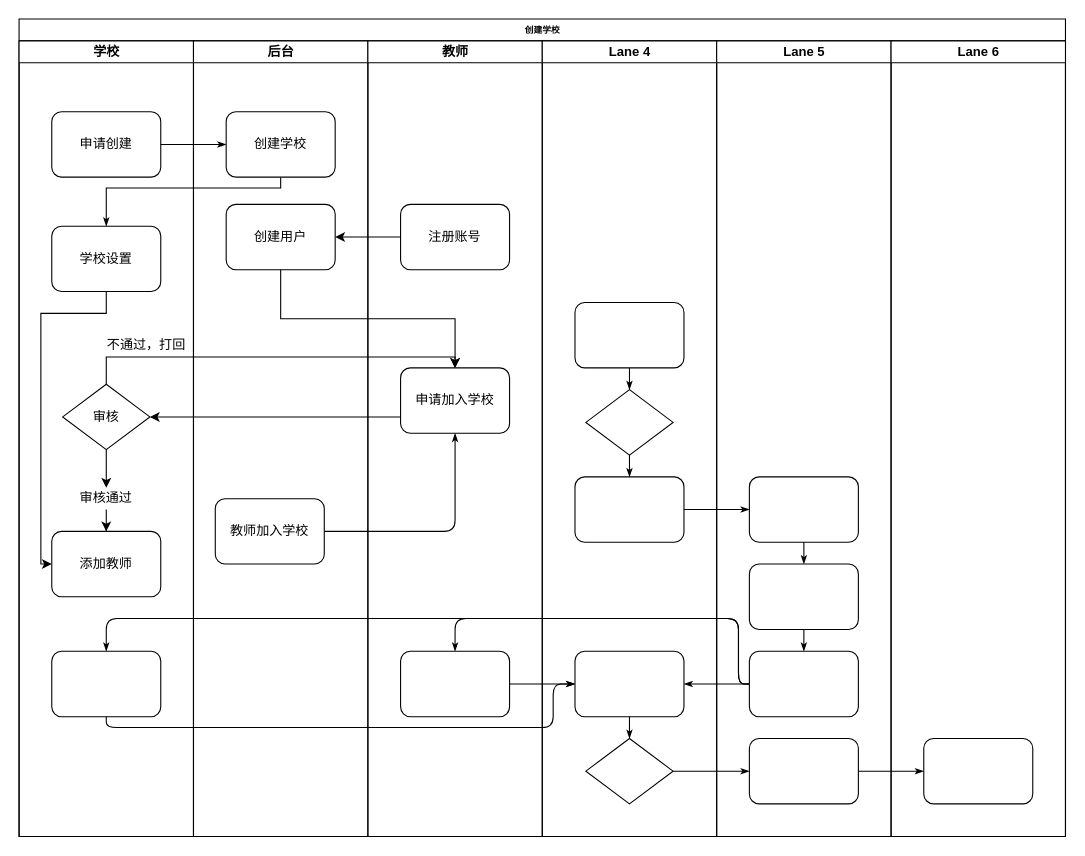
Earlier version of the draw.io diagram 创建学校.drawio (ILLyf/learngit-repo). Source tidied: cells renumbered, new cells numbered last; positions are measured from the earlier drawing's top-left corner, leaving out a move shared by most shapes. Both pictures are drawn from the tidied source at 109%, with x=0, y=0 at pixel (19, 19).
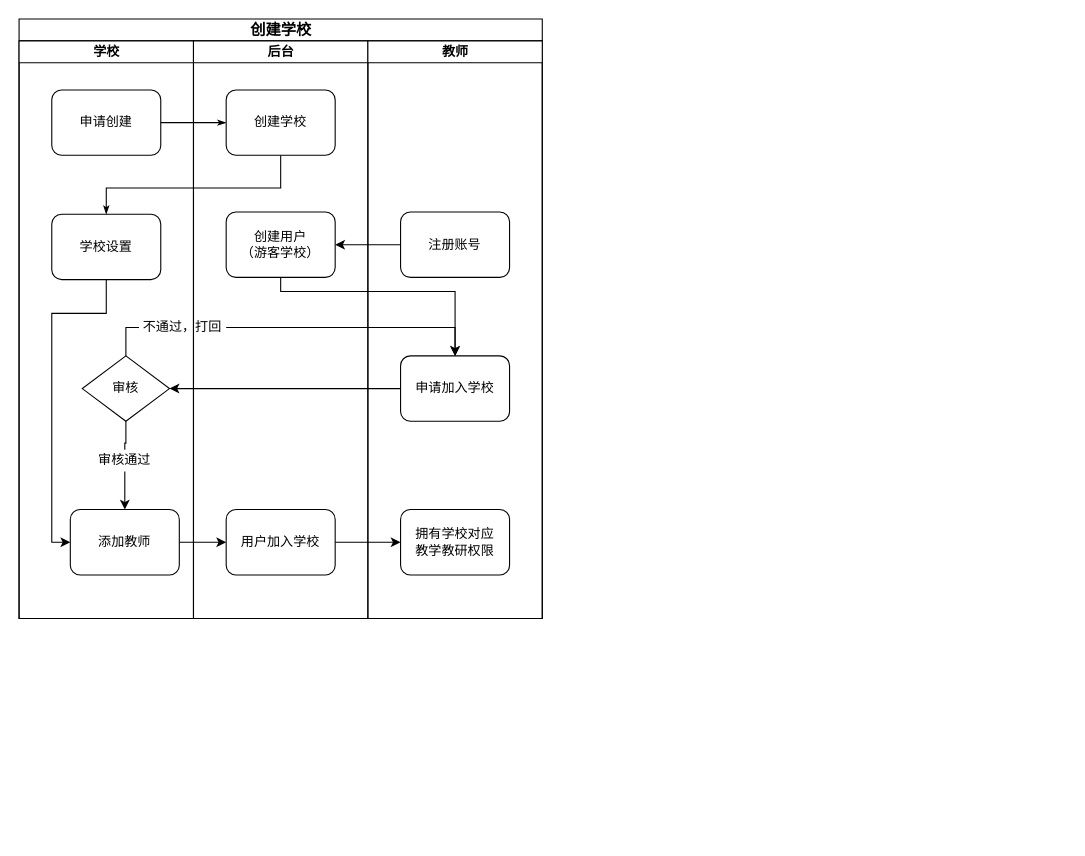
Above is the later version.

Commit message:
更新创建学校.drawio

Diff of the diagram source:
```diff
@@
-    <mxCell id="2" value="创建学校" style="swimlane;html=1;startSize=20;rounded=0;shadow=0;labelBackgroundColor=none;strokeWidth=1;fontFamily=Verdana;fontSize=8;align=center;" parent="1" vertex="1">
-      <mxGeometry width="960" height="750" as="geometry" />
+    <mxCell id="2" value="&lt;font style=&quot;font-size: 14px;&quot;&gt;创建学校&lt;/font&gt;" style="swimlane;html=1;startSize=20;rounded=0;shadow=0;labelBackgroundColor=none;strokeWidth=1;fontFamily=Verdana;fontSize=8;align=center;" parent="1" vertex="1">
+      <mxGeometry width="480" height="550" as="geometry" />
     </mxCell>
     <mxCell id="3" value="学校" style="swimlane;html=1;startSize=20;" parent="2" vertex="1">
-      <mxGeometry y="20" width="160" height="730" as="geometry" />
+      <mxGeometry y="20" width="160" height="530" as="geometry" />
     </mxCell>
     <mxCell id="4" value="申请创建" style="rounded=1;whiteSpace=wrap;html=1;shadow=0;labelBackgroundColor=none;strokeWidth=1;fontFamily=Times New Roman;fontSize=12;align=center;" parent="3" vertex="1">
-      <mxGeometry x="30" y="65" width="100" height="60" as="geometry" />
+      <mxGeometry x="30" y="45" width="100" height="60" as="geometry" />
     </mxCell>
     <mxCell id="5" style="edgeStyle=orthogonalEdgeStyle;rounded=0;jettySize=auto;html=1;entryX=0;entryY=0.5;entryDx=0;entryDy=0;" parent="3" edge="1" source="6" target="11">
       <mxGeometry relative="1" as="geometry">
         <Array as="points">
           <mxPoint x="80" y="250" />
-          <mxPoint x="20" y="250" />
-          <mxPoint x="20" y="480" />
+          <mxPoint x="30" y="250" />
+          <mxPoint x="30" y="460" />
         </Array>
       </mxGeometry>
     </mxCell>
     <mxCell id="6" value="学校设置" style="rounded=1;whiteSpace=wrap;html=1;shadow=0;labelBackgroundColor=none;strokeWidth=1;fontFamily=Times New Roman;fontSize=12;align=center;" parent="3" vertex="1">
-      <mxGeometry x="30" y="170" width="100" height="60" as="geometry" />
+      <mxGeometry x="30" y="159" width="100" height="60" as="geometry" />
     </mxCell>
-    <mxCell id="7" style="rounded=1;whiteSpace=wrap;html=1;shadow=0;labelBackgroundColor=none;strokeWidth=1;fontFamily=Times New Roman;fontSize=12;align=center;" parent="3" vertex="1">
-      <mxGeometry x="30" y="560" width="100" height="60" as="geometry" />
-    </mxCell>
@@
+    <mxCell id="13" style="edgeStyle=orthogonalEdgeStyle;rounded=0;jettySize=auto;html=1;entryX=0.5;entryY=0;entryDx=0;entryDy=0;endArrow=none;endFill=0;" parent="3" edge="1" source="9" target="12">
+      <mxGeometry relative="1" as="geometry" />
+    </mxCell>
     <mxCell id="9" value="审核" style="rhombus;whiteSpace=wrap;html=1;rounded=0;shadow=0;labelBackgroundColor=none;strokeWidth=1;fontFamily=Times New Roman;fontSize=12;align=center;" parent="3" vertex="1">
-      <mxGeometry x="40" y="315" width="80" height="60" as="geometry" />
+      <mxGeometry x="58" y="289" width="80" height="60" as="geometry" />
     </mxCell>
-    <mxCell id="10" value="不通过，打回" style="text;html=1;strokeColor=none;fillColor=none;align=center;verticalAlign=middle;whiteSpace=wrap;overflow=hidden;" parent="3" vertex="1">
-      <mxGeometry x="77" y="269" width="80" height="20" as="geometry" />
-    </mxCell>
     <mxCell id="11" value="添加教师" style="rounded=1;whiteSpace=wrap;html=1;shadow=0;labelBackgroundColor=none;strokeWidth=1;fontFamily=Times New Roman;fontSize=12;align=center;" parent="3" vertex="1">
-      <mxGeometry x="30" y="450" width="100" height="60" as="geometry" />
+      <mxGeometry x="47" y="430" width="100" height="60" as="geometry" />
     </mxCell>
     <mxCell id="12" value="审核通过" style="text;html=1;strokeColor=none;fillColor=none;align=center;verticalAlign=middle;whiteSpace=wrap;overflow=hidden;" parent="3" vertex="1">
-      <mxGeometry x="40" y="410" width="80" height="20" as="geometry" />
+      <mxGeometry x="57" y="375" width="80" height="20" as="geometry" />
     </mxCell>
-    <mxCell id="13" style="edgeStyle=orthogonalEdgeStyle;rounded=0;jettySize=auto;html=1;entryX=0.5;entryY=0;entryDx=0;entryDy=0;" parent="3" edge="1" source="9" target="12">
-      <mxGeometry relative="1" as="geometry" />
-    </mxCell>
@@
-    <mxCell id="16" style="edgeStyle=orthogonalEdgeStyle;rounded=1;html=1;labelBackgroundColor=none;startArrow=none;startFill=0;startSize=5;endArrow=classicThin;endFill=1;endSize=5;jettySize=auto;strokeWidth=1;fontFamily=Verdana;fontSize=8;exitX=1;exitY=0.5;exitDx=0;exitDy=0;" parent="2" edge="1" source="27" target="30">
-      <mxGeometry relative="1" as="geometry" />
-    </mxCell>
-    <mxCell id="17" style="edgeStyle=orthogonalEdgeStyle;rounded=1;html=1;labelBackgroundColor=none;startArrow=none;startFill=0;startSize=5;endArrow=classicThin;endFill=1;endSize=5;jettySize=auto;strokeWidth=1;fontFamily=Verdana;fontSize=8;" parent="2" edge="1" source="38" target="46">
-      <mxGeometry relative="1" as="geometry" />
+    <mxCell id="17" style="edgeStyle=orthogonalEdgeStyle;rounded=1;html=1;labelBackgroundColor=none;startArrow=none;startFill=0;startSize=5;endArrow=classicThin;endFill=1;endSize=5;jettySize=auto;orthogonalLoop=1;strokeWidth=1;fontFamily=Verdana;fontSize=8;" parent="2" edge="1">
+      <mxGeometry relative="1" as="geometry">
+        <mxPoint x="500" y="20" as="sourcePoint" />
+        <mxPoint x="500" y="20" as="targetPoint" />
+      </mxGeometry>
     </mxCell>
-    <mxCell id="18" style="edgeStyle=orthogonalEdgeStyle;rounded=1;html=1;labelBackgroundColor=none;startArrow=none;startFill=0;startSize=5;endArrow=classicThin;endFill=1;endSize=5;jettySize=auto;strokeWidth=1;fontFamily=Verdana;fontSize=8;" parent="2" edge="1" source="46" target="50">
-      <mxGeometry relative="1" as="geometry" />
+    <mxCell id="18" style="edgeStyle=orthogonalEdgeStyle;rounded=1;html=1;labelBackgroundColor=none;startArrow=none;startFill=0;startSize=5;endArrow=classicThin;endFill=1;endSize=5;jettySize=auto;orthogonalLoop=1;strokeWidth=1;fontFamily=Verdana;fontSize=8;" parent="2" edge="1">
+      <mxGeometry relative="1" as="geometry">
+        <mxPoint x="500" y="20" as="sourcePoint" />
+        <mxPoint x="500" y="20" as="targetPoint" />
+      </mxGeometry>
     </mxCell>
-    <mxCell id="19" style="edgeStyle=orthogonalEdgeStyle;rounded=1;html=1;labelBackgroundColor=none;startArrow=none;startFill=0;startSize=5;endArrow=classicThin;endFill=1;endSize=5;jettySize=auto;strokeWidth=1;fontFamily=Verdana;fontSize=8;" parent="2" edge="1" source="36" target="43">
-      <mxGeometry relative="1" as="geometry" />
+    <mxCell id="19" style="edgeStyle=orthogonalEdgeStyle;rounded=1;html=1;labelBackgroundColor=none;startArrow=none;startFill=0;startSize=5;endArrow=classicThin;endFill=1;endSize=5;jettySize=auto;orthogonalLoop=1;strokeWidth=1;fontFamily=Verdana;fontSize=8;" parent="2" edge="1">
+      <mxGeometry relative="1" as="geometry">
+        <mxPoint x="500" y="20" as="sourcePoint" />
+        <mxPoint x="500" y="20" as="targetPoint" />
+      </mxGeometry>
     </mxCell>
-    <mxCell id="20" style="edgeStyle=orthogonalEdgeStyle;rounded=1;html=1;labelBackgroundColor=none;startArrow=none;startFill=0;startSize=5;endArrow=classicThin;endFill=1;endSize=5;jettySize=auto;strokeWidth=1;fontFamily=Verdana;fontSize=8;" parent="2" edge="1" source="45" target="31">
-      <mxGeometry relative="1" as="geometry">
-        <Array as="points">
-          <mxPoint x="660" y="610" />
-          <mxPoint x="660" y="550" />
-          <mxPoint x="400" y="550" />
-        </Array>
-      </mxGeometry>
-    </mxCell>
-    <mxCell id="21" style="edgeStyle=orthogonalEdgeStyle;rounded=1;html=1;labelBackgroundColor=none;startArrow=none;startFill=0;startSize=5;endArrow=classicThin;endFill=1;endSize=5;jettySize=auto;strokeColor=#000000;strokeWidth=1;fontFamily=Verdana;fontSize=8;fontColor=#000000;" parent="2" edge="1" source="45" target="37">
-      <mxGeometry relative="1" as="geometry" />
+    <mxCell id="21" style="edgeStyle=orthogonalEdgeStyle;rounded=1;html=1;labelBackgroundColor=none;startArrow=none;startFill=0;startSize=5;endArrow=classicThin;endFill=1;endSize=5;jettySize=auto;orthogonalLoop=1;strokeColor=#000000;strokeWidth=1;fontFamily=Verdana;fontSize=8;fontColor=#000000;" parent="2" edge="1">
+      <mxGeometry relative="1" as="geometry">
+        <mxPoint x="500" y="20" as="sourcePoint" />
+        <mxPoint x="500" y="20" as="targetPoint" />
+      </mxGeometry>
     </mxCell>
-    <mxCell id="22" style="edgeStyle=orthogonalEdgeStyle;rounded=1;html=1;labelBackgroundColor=none;startArrow=none;startFill=0;startSize=5;endArrow=classicThin;endFill=1;endSize=5;jettySize=auto;strokeWidth=1;fontFamily=Verdana;fontSize=8;" parent="2" edge="1" source="45" target="7">
-      <mxGeometry relative="1" as="geometry">
-        <Array as="points">
-          <mxPoint x="660" y="610" />
-          <mxPoint x="660" y="550" />
-          <mxPoint x="80" y="550" />
-        </Array>
-      </mxGeometry>
-    </mxCell>
-    <mxCell id="23" style="edgeStyle=orthogonalEdgeStyle;rounded=1;html=1;labelBackgroundColor=none;startArrow=none;startFill=0;startSize=5;endArrow=classicThin;endFill=1;endSize=5;jettySize=auto;strokeWidth=1;fontFamily=Verdana;fontSize=8;" parent="2" edge="1" source="7" target="37">
-      <mxGeometry relative="1" as="geometry">
-        <Array as="points">
-          <mxPoint x="80" y="650" />
-          <mxPoint x="490" y="650" />
-          <mxPoint x="490" y="610" />
-        </Array>
-      </mxGeometry>
-    </mxCell>
-    <mxCell id="24" style="edgeStyle=orthogonalEdgeStyle;rounded=1;html=1;labelBackgroundColor=none;startArrow=none;startFill=0;startSize=5;endArrow=classicThin;endFill=1;endSize=5;jettySize=auto;strokeWidth=1;fontFamily=Verdana;fontSize=8;" parent="2" edge="1" source="31" target="37">
-      <mxGeometry relative="1" as="geometry" />
-    </mxCell>
     <mxCell id="25" value="后台" style="swimlane;html=1;startSize=20;" parent="2" vertex="1">
-      <mxGeometry x="160" y="20" width="160" height="730" as="geometry" />
+      <mxGeometry x="160" y="20" width="160" height="530" as="geometry" />
     </mxCell>
     <mxCell id="26" value="创建学校" style="rounded=1;whiteSpace=wrap;html=1;shadow=0;labelBackgroundColor=none;strokeWidth=1;fontFamily=Times New Roman;fontSize=12;align=center;" parent="25" vertex="1">
-      <mxGeometry x="30" y="65" width="100" height="60" as="geometry" />
+      <mxGeometry x="30" y="45" width="100" height="60" as="geometry" />
     </mxCell>
-    <mxCell id="27" value="教师加入学校" style="rounded=1;whiteSpace=wrap;html=1;shadow=0;labelBackgroundColor=none;strokeWidth=1;fontFamily=Times New Roman;fontSize=12;align=center;" parent="25" vertex="1">
-      <mxGeometry x="20" y="420" width="100" height="60" as="geometry" />
+    <mxCell id="27" value="用户加入学校" style="rounded=1;whiteSpace=wrap;html=1;shadow=0;labelBackgroundColor=none;strokeWidth=1;fontFamily=Times New Roman;fontSize=12;align=center;" parent="25" vertex="1">
+      <mxGeometry x="30" y="430" width="100" height="60" as="geometry" />
     </mxCell>
-    <mxCell id="28" value="创建用户" style="rounded=1;whiteSpace=wrap;html=1;shadow=0;labelBackgroundColor=none;strokeWidth=1;fontFamily=Times New Roman;fontSize=12;align=center;" parent="25" vertex="1">
-      <mxGeometry x="30" y="150" width="100" height="60" as="geometry" />
+    <mxCell id="28" value="创建用户&lt;div&gt;（游客学校）&lt;/div&gt;" style="rounded=1;whiteSpace=wrap;html=1;shadow=0;labelBackgroundColor=none;strokeWidth=1;fontFamily=Times New Roman;fontSize=12;align=center;" parent="25" vertex="1">
+      <mxGeometry x="30" y="157" width="100" height="60" as="geometry" />
     </mxCell>
+    <mxCell id="10" value="不通过，打回" style="text;html=1;strokeColor=none;fillColor=none;align=center;verticalAlign=middle;whiteSpace=wrap;overflow=hidden;" parent="25" vertex="1">
+      <mxGeometry x="-50" y="253" width="80" height="20" as="geometry" />
+    </mxCell>
     <mxCell id="29" value="教师" style="swimlane;html=1;startSize=20;" parent="2" vertex="1">
-      <mxGeometry x="320" y="20" width="160" height="730" as="geometry" />
+      <mxGeometry x="320" y="20" width="160" height="530" as="geometry" />
     </mxCell>
     <mxCell id="30" value="申请加入学校" style="rounded=1;whiteSpace=wrap;html=1;shadow=0;labelBackgroundColor=none;strokeWidth=1;fontFamily=Times New Roman;fontSize=12;align=center;" parent="29" vertex="1">
-      <mxGeometry x="30" y="300" width="100" height="60" as="geometry" />
+      <mxGeometry x="30" y="289" width="100" height="60" as="geometry" />
     </mxCell>
-    <mxCell id="31" style="rounded=1;whiteSpace=wrap;html=1;shadow=0;labelBackgroundColor=none;strokeWidth=1;fontFamily=Times New Roman;fontSize=12;align=center;" parent="29" vertex="1">
-      <mxGeometry x="30" y="560" width="100" height="60" as="geometry" />
-    </mxCell>
     <mxCell id="32" value="注册账号" style="rounded=1;whiteSpace=wrap;html=1;shadow=0;labelBackgroundColor=none;strokeWidth=1;fontFamily=Times New Roman;fontSize=12;align=center;" parent="29" vertex="1">
-      <mxGeometry x="30" y="150" width="100" height="60" as="geometry" />
+      <mxGeometry x="30" y="157" width="100" height="60" as="geometry" />
     </mxCell>
-    <mxCell id="33" value="Lane 4" style="swimlane;html=1;startSize=20;" parent="2" vertex="1">
-      <mxGeometry x="480" y="20" width="160" height="730" as="geometry" />
-    </mxCell>
-    <mxCell id="34" style="rounded=1;whiteSpace=wrap;html=1;shadow=0;labelBackgroundColor=none;strokeWidth=1;fontFamily=Times New Roman;fontSize=12;align=center;" parent="33" vertex="1">
-      <mxGeometry x="30" y="240" width="100" height="60" as="geometry" />
-    </mxCell>
-    <mxCell id="35" style="rhombus;whiteSpace=wrap;html=1;rounded=0;shadow=0;labelBackgroundColor=none;strokeWidth=1;fontFamily=Times New Roman;fontSize=12;align=center;" parent="33" vertex="1">
-      <mxGeometry x="40" y="320" width="80" height="60" as="geometry" />
-    </mxCell>
-    <mxCell id="36" style="rounded=1;whiteSpace=wrap;html=1;shadow=0;labelBackgroundColor=none;strokeWidth=1;fontFamily=Times New Roman;fontSize=12;align=center;" parent="33" vertex="1">
-      <mxGeometry x="30" y="400" width="100" height="60" as="geometry" />
-    </mxCell>
-    <mxCell id="37" style="rounded=1;whiteSpace=wrap;html=1;shadow=0;labelBackgroundColor=none;strokeWidth=1;fontFamily=Times New Roman;fontSize=12;align=center;" parent="33" vertex="1">
-      <mxGeometry x="30" y="560" width="100" height="60" as="geometry" />
-    </mxCell>
-    <mxCell id="38" style="rhombus;whiteSpace=wrap;html=1;rounded=0;shadow=0;labelBackgroundColor=none;strokeWidth=1;fontFamily=Times New Roman;fontSize=12;align=center;" parent="33" vertex="1">
-      <mxGeometry x="40" y="640" width="80" height="60" as="geometry" />
-    </mxCell>
-    <mxCell id="39" style="edgeStyle=orthogonalEdgeStyle;rounded=1;html=1;labelBackgroundColor=none;startArrow=none;startFill=0;startSize=5;endArrow=classicThin;endFill=1;endSize=5;jettySize=auto;strokeColor=#000000;strokeWidth=1;fontFamily=Verdana;fontSize=8;fontColor=#000000;" parent="33" edge="1" source="34" target="35">
-      <mxGeometry relative="1" as="geometry" />
-    </mxCell>
-    <mxCell id="40" style="edgeStyle=orthogonalEdgeStyle;rounded=1;html=1;labelBackgroundColor=none;startArrow=none;startFill=0;startSize=5;endArrow=classicThin;endFill=1;endSize=5;jettySize=auto;strokeWidth=1;fontFamily=Verdana;fontSize=8;" parent="33" edge="1" source="35" target="36">
-      <mxGeometry relative="1" as="geometry" />
-    </mxCell>
-    <mxCell id="41" style="edgeStyle=orthogonalEdgeStyle;rounded=1;html=1;labelBackgroundColor=none;startArrow=none;startFill=0;startSize=5;endArrow=classicThin;endFill=1;endSize=5;jettySize=auto;strokeWidth=1;fontFamily=Verdana;fontSize=8;" parent="33" edge="1" source="37" target="38">
-      <mxGeometry relative="1" as="geometry" />
-    </mxCell>
-    <mxCell id="42" value="Lane 5" style="swimlane;html=1;startSize=20;" parent="2" vertex="1">
-      <mxGeometry x="640" y="20" width="160" height="730" as="geometry" />
-    </mxCell>
-    <mxCell id="43" style="rounded=1;whiteSpace=wrap;html=1;shadow=0;labelBackgroundColor=none;strokeWidth=1;fontFamily=Times New Roman;fontSize=12;align=center;" parent="42" vertex="1">
-      <mxGeometry x="30" y="400" width="100" height="60" as="geometry" />
-    </mxCell>
-    <mxCell id="44" style="rounded=1;whiteSpace=wrap;html=1;shadow=0;labelBackgroundColor=none;strokeWidth=1;fontFamily=Times New Roman;fontSize=12;align=center;" parent="42" vertex="1">
-      <mxGeometry x="30" y="480" width="100" height="60" as="geometry" />
-    </mxCell>
-    <mxCell id="45" style="rounded=1;whiteSpace=wrap;html=1;shadow=0;labelBackgroundColor=none;strokeWidth=1;fontFamily=Times New Roman;fontSize=12;align=center;" parent="42" vertex="1">
-      <mxGeometry x="30" y="560" width="100" height="60" as="geometry" />
-    </mxCell>
-    <mxCell id="46" style="rounded=1;whiteSpace=wrap;html=1;shadow=0;labelBackgroundColor=none;strokeWidth=1;fontFamily=Times New Roman;fontSize=12;align=center;" parent="42" vertex="1">
-      <mxGeometry x="30" y="640" width="100" height="60" as="geometry" />
-    </mxCell>
-    <mxCell id="47" style="edgeStyle=orthogonalEdgeStyle;rounded=1;html=1;labelBackgroundColor=none;startArrow=none;startFill=0;startSize=5;endArrow=classicThin;endFill=1;endSize=5;jettySize=auto;strokeWidth=1;fontFamily=Verdana;fontSize=8;" parent="42" edge="1" source="43" target="44">
-      <mxGeometry relative="1" as="geometry" />
-    </mxCell>
-    <mxCell id="48" style="edgeStyle=orthogonalEdgeStyle;rounded=1;html=1;labelBackgroundColor=none;startArrow=none;startFill=0;startSize=5;endArrow=classicThin;endFill=1;endSize=5;jettySize=auto;strokeWidth=1;fontFamily=Verdana;fontSize=8;" parent="42" edge="1" source="44" target="45">
-      <mxGeometry relative="1" as="geometry" />
-    </mxCell>
-    <mxCell id="49" value="Lane 6" style="swimlane;html=1;startSize=20;" parent="2" vertex="1">
-      <mxGeometry x="800" y="20" width="160" height="730" as="geometry" />
-    </mxCell>
-    <mxCell id="50" style="rounded=1;whiteSpace=wrap;html=1;shadow=0;labelBackgroundColor=none;strokeWidth=1;fontFamily=Times New Roman;fontSize=12;align=center;" parent="49" vertex="1">
-      <mxGeometry x="30" y="640" width="100" height="60" as="geometry" />
-    </mxCell>
+    <mxCell id="55" value="拥有学校对应&lt;div&gt;教学教研权限&lt;/div&gt;" style="rounded=1;whiteSpace=wrap;html=1;shadow=0;labelBackgroundColor=none;strokeWidth=1;fontFamily=Times New Roman;fontSize=12;align=center;" parent="29" vertex="1">
+      <mxGeometry x="30" y="430" width="100" height="60" as="geometry" />
+    </mxCell>
@@
     <mxCell id="52" style="edgeStyle=orthogonalEdgeStyle;rounded=0;jettySize=auto;html=1;exitX=0.5;exitY=1;exitDx=0;exitDy=0;entryX=0.5;entryY=0;entryDx=0;entryDy=0;" parent="2" edge="1" source="28" target="30">
-      <mxGeometry relative="1" as="geometry" />
+      <mxGeometry relative="1" as="geometry">
+        <Array as="points">
+          <mxPoint x="240" y="250" />
+          <mxPoint x="400" y="250" />
+        </Array>
+      </mxGeometry>
     </mxCell>
-    <mxCell id="53" style="edgeStyle=orthogonalEdgeStyle;rounded=0;jettySize=auto;html=1;exitX=0;exitY=0.75;exitDx=0;exitDy=0;entryX=1;entryY=0.5;entryDx=0;entryDy=0;" parent="2" edge="1" source="30" target="9">
+    <mxCell id="53" style="edgeStyle=orthogonalEdgeStyle;rounded=0;jettySize=auto;html=1;exitX=0;exitY=0.5;exitDx=0;exitDy=0;entryX=1;entryY=0.5;entryDx=0;entryDy=0;" parent="2" edge="1" source="30" target="9">
       <mxGeometry relative="1" as="geometry" />
     </mxCell>
-    <mxCell id="54" style="edgeStyle=orthogonalEdgeStyle;rounded=0;jettySize=auto;html=1;exitX=0.5;exitY=0;exitDx=0;exitDy=0;entryX=0.5;entryY=0;entryDx=0;entryDy=0;" parent="2" edge="1" source="9" target="30">
-      <mxGeometry relative="1" as="geometry">
-        <Array as="points">
-          <mxPoint x="80" y="310" />
-          <mxPoint x="400" y="310" />
-        </Array>
-      </mxGeometry>
-    </mxCell>
+    <mxCell id="56" style="edgeStyle=orthogonalEdgeStyle;rounded=0;jettySize=auto;html=1;entryX=0;entryY=0.5;entryDx=0;entryDy=0;" parent="2" edge="1" source="11" target="27">
+      <mxGeometry relative="1" as="geometry" />
+    </mxCell>
+    <mxCell id="57" style="edgeStyle=orthogonalEdgeStyle;rounded=0;jettySize=auto;html=1;entryX=0.5;entryY=0;entryDx=0;entryDy=0;" parent="2" edge="1" source="10" target="30">
+      <mxGeometry relative="1" as="geometry" />
+    </mxCell>
+    <mxCell id="58" style="edgeStyle=orthogonalEdgeStyle;rounded=0;jettySize=auto;html=1;entryX=0;entryY=0.5;entryDx=0;entryDy=0;endArrow=none;endFill=0;" parent="2" edge="1" source="9" target="10">
+      <mxGeometry relative="1" as="geometry">
+        <Array as="points">
+          <mxPoint x="98" y="283" />
+        </Array>
+      </mxGeometry>
+    </mxCell>
+    <mxCell id="59" style="edgeStyle=orthogonalEdgeStyle;rounded=0;jettySize=auto;html=1;entryX=0;entryY=0.5;entryDx=0;entryDy=0;" parent="2" edge="1" source="27" target="55">
+      <mxGeometry relative="1" as="geometry" />
+    </mxCell>
```
